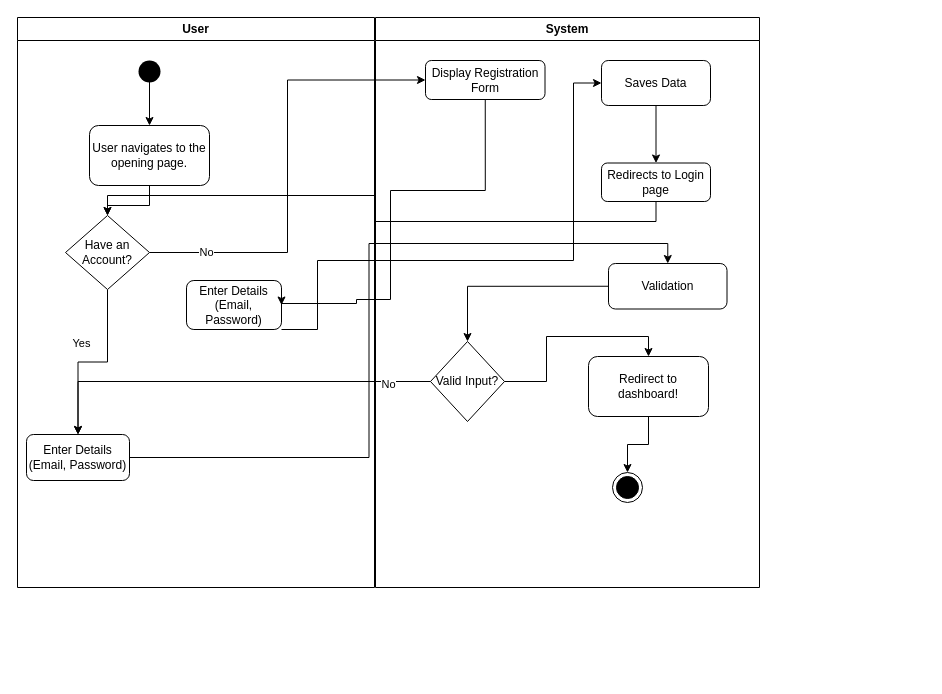
Earlier version of the draw.io diagram page "UC-01" (1 of 3) of Uc1-4.drawio (evinaa21/My-Portofolio). Source tidied: cells renumbered, new cells numbered last; positions are measured from the earlier drawing's top-left corner, leaving out a move shared by most shapes. Both pictures are drawn from the tidied source at 100%, with x=0, y=0 at pixel (17, 17).
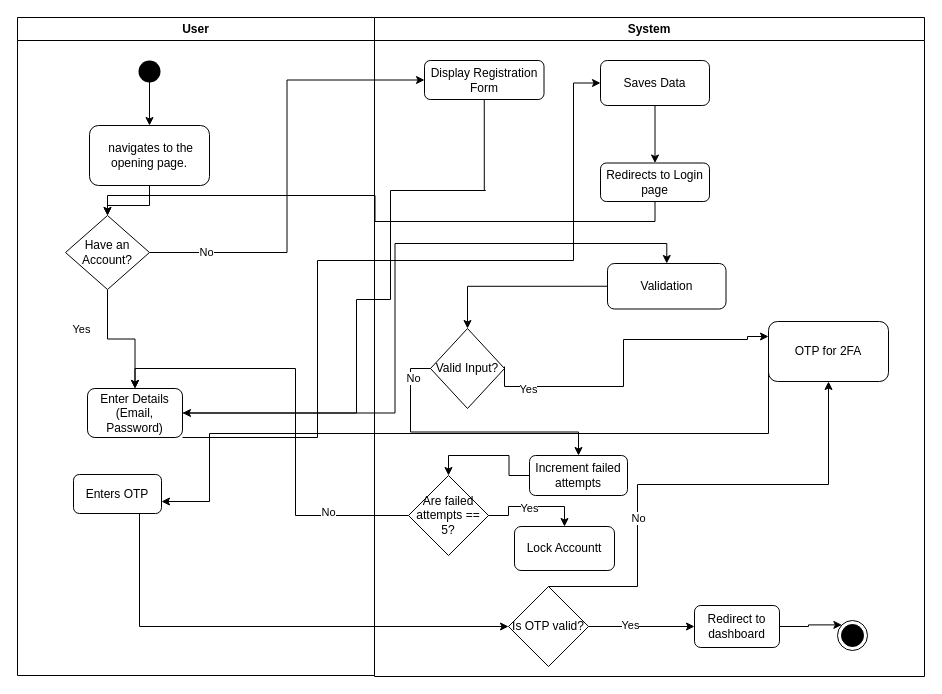
The same page after the edit.

Unchanged cells that the change refers to:
```xml
<mxCell id="9" value="Have an Account?" style="rhombus;whiteSpace=wrap;html=1;" parent="2" vertex="1">
  <mxGeometry x="48" y="198" width="84" height="74" as="geometry" />
</mxCell>
<mxCell id="17" value="Validation" style="rounded=1;whiteSpace=wrap;html=1;" parent="12" vertex="1">
  <mxGeometry x="233" y="246" width="118.5" height="45.5" as="geometry" />
</mxCell>
```

The edit, as a diff of the source:
```diff
@@
     <mxCell id="2" value="User" style="swimlane;whiteSpace=wrap;" parent="1" vertex="1">
-      <mxGeometry width="357" height="570" as="geometry" />
+      <mxGeometry width="357" height="658" as="geometry" />
     </mxCell>
@@
-    <mxCell id="5" value="User navigates to the opening page." style="rounded=1;whiteSpace=wrap;html=1;" parent="2" vertex="1">
+    <mxCell id="5" value="&amp;nbsp;navigates to the opening page." style="rounded=1;whiteSpace=wrap;html=1;" parent="2" vertex="1">
       <mxGeometry x="72" y="108" width="120" height="60" as="geometry" />
     </mxCell>
@@
-    <mxCell id="7" style="edgeStyle=orthogonalEdgeStyle;rounded=0;jettySize=auto;html=1;exitX=0.5;exitY=1;exitDx=0;exitDy=0;entryX=0.5;entryY=0;entryDx=0;entryDy=0;" parent="2" edge="1" source="9" target="11">
+    <mxCell id="7" style="edgeStyle=orthogonalEdgeStyle;rounded=0;jettySize=auto;html=1;exitX=0.5;exitY=1;exitDx=0;exitDy=0;entryX=0.5;entryY=0;entryDx=0;entryDy=0;" parent="2" edge="1" source="9" target="10">
       <mxGeometry relative="1" as="geometry" />
     </mxCell>
@@
     <mxCell id="10" value="Enter Details (Email, Password)" style="rounded=1;whiteSpace=wrap;html=1;" parent="2" vertex="1">
-      <mxGeometry x="169" y="263" width="95" height="49" as="geometry" />
+      <mxGeometry x="70" y="371" width="95" height="49" as="geometry" />
     </mxCell>
-    <mxCell id="11" value="Enter Details (Email, Password)" style="rounded=1;whiteSpace=wrap;html=1;" parent="2" vertex="1">
-      <mxGeometry x="9" y="417" width="103" height="46" as="geometry" />
-    </mxCell>
+    <mxCell id="32" value="Enters OTP" style="rounded=1;whiteSpace=wrap;html=1;" parent="2" vertex="1">
+      <mxGeometry x="56" y="457" width="88" height="39" as="geometry" />
+    </mxCell>
     <mxCell id="12" value="System" style="swimlane;whiteSpace=wrap;" parent="1" vertex="1">
-      <mxGeometry x="358" width="384" height="570" as="geometry" />
+      <mxGeometry x="357" width="550" height="659" as="geometry" />
     </mxCell>
@@
     <mxCell id="18" value="Valid Input?" style="rhombus;whiteSpace=wrap;html=1;" parent="12" vertex="1">
-      <mxGeometry x="55" y="324" width="74" height="80" as="geometry" />
+      <mxGeometry x="56" y="311" width="74" height="80" as="geometry" />
     </mxCell>
@@
-    <mxCell id="20" style="edgeStyle=orthogonalEdgeStyle;rounded=0;jettySize=auto;html=1;entryX=0.5;entryY=0;entryDx=0;entryDy=0;" parent="12" edge="1" source="21" target="23">
-      <mxGeometry relative="1" as="geometry" />
-    </mxCell>
-    <mxCell id="21" value="Redirect to dashboard!" style="rounded=1;whiteSpace=wrap;html=1;" parent="12" vertex="1">
-      <mxGeometry x="213" y="339" width="120" height="60" as="geometry" />
+    <mxCell id="21" value="OTP for 2FA" style="rounded=1;whiteSpace=wrap;html=1;" parent="12" vertex="1">
+      <mxGeometry x="394" y="304" width="120" height="60" as="geometry" />
     </mxCell>
-    <mxCell id="22" style="edgeStyle=orthogonalEdgeStyle;rounded=0;jettySize=auto;html=1;exitX=1;exitY=0.5;exitDx=0;exitDy=0;entryX=0.5;entryY=0;entryDx=0;entryDy=0;" parent="12" edge="1" source="18" target="21">
-      <mxGeometry relative="1" as="geometry" />
+    <mxCell id="22" style="edgeStyle=orthogonalEdgeStyle;rounded=0;jettySize=auto;html=1;exitX=1;exitY=0.475;exitDx=0;exitDy=0;entryX=0;entryY=0.25;entryDx=0;entryDy=0;exitPerimeter=0;" parent="12" edge="1" source="18" target="21">
+      <mxGeometry relative="1" as="geometry">
+        <Array as="points">
+          <mxPoint x="130" y="369" />
+          <mxPoint x="249" y="369" />
+          <mxPoint x="249" y="322" />
+          <mxPoint x="373" y="322" />
+          <mxPoint x="373" y="319" />
+        </Array>
+      </mxGeometry>
     </mxCell>
+    <mxCell id="33" value="Yes" style="edgeLabel;html=1;align=center;verticalAlign=middle;" parent="22" vertex="1">
+      <mxGeometry x="-0.74" y="-2" relative="1" as="geometry" />
+    </mxCell>
     <mxCell id="23" style="ellipse;html=1;shape=endState;fillColor=strokeColor;" parent="12" vertex="1">
-      <mxGeometry x="237" y="455" width="30" height="30" as="geometry" />
+      <mxGeometry x="463" y="603" width="30" height="30" as="geometry" />
     </mxCell>
+    <mxCell id="34" value="Increment failed attempts" style="rounded=1;whiteSpace=wrap;html=1;" parent="12" vertex="1">
+      <mxGeometry x="155" y="438" width="98" height="40" as="geometry" />
+    </mxCell>
+    <mxCell id="30" style="edgeStyle=orthogonalEdgeStyle;rounded=0;jettySize=auto;html=1;exitX=0;exitY=0.5;exitDx=0;exitDy=0;" parent="12" edge="1" source="18" target="34">
+      <mxGeometry relative="1" as="geometry" />
+    </mxCell>
+    <mxCell id="31" value="No" style="edgeLabel;html=1;align=center;verticalAlign=middle;" parent="30" vertex="1">
+      <mxGeometry x="-0.79" y="2" relative="1" as="geometry" />
+    </mxCell>
+    <mxCell id="35" style="edgeStyle=orthogonalEdgeStyle;rounded=0;jettySize=auto;html=1;exitX=1;exitY=0.5;exitDx=0;exitDy=0;entryX=0.5;entryY=0;entryDx=0;entryDy=0;" parent="12" edge="1" source="37" target="39">
+      <mxGeometry relative="1" as="geometry" />
+    </mxCell>
+    <mxCell id="36" value="Yes" style="edgeLabel;html=1;align=center;verticalAlign=middle;" parent="35" vertex="1">
+      <mxGeometry x="-0.06" y="-1" relative="1" as="geometry" />
+    </mxCell>
+    <mxCell id="37" value="Are failed attempts == 5?" style="rhombus;whiteSpace=wrap;html=1;" parent="12" vertex="1">
+      <mxGeometry x="34" y="458" width="80" height="80" as="geometry" />
+    </mxCell>
+    <mxCell id="38" style="edgeStyle=orthogonalEdgeStyle;rounded=0;jettySize=auto;html=1;exitX=0;exitY=0.5;exitDx=0;exitDy=0;entryX=0.5;entryY=0;entryDx=0;entryDy=0;" parent="12" edge="1" source="34" target="37">
+      <mxGeometry relative="1" as="geometry" />
+    </mxCell>
+    <mxCell id="39" value="Lock Accountt" style="rounded=1;whiteSpace=wrap;html=1;" parent="12" vertex="1">
+      <mxGeometry x="140" y="509" width="100" height="44" as="geometry" />
+    </mxCell>
+    <mxCell id="40" style="edgeStyle=orthogonalEdgeStyle;rounded=0;jettySize=auto;html=1;exitX=0.5;exitY=0;exitDx=0;exitDy=0;entryX=0.5;entryY=1;entryDx=0;entryDy=0;" parent="12" edge="1" source="42" target="21">
+      <mxGeometry relative="1" as="geometry">
+        <Array as="points">
+          <mxPoint x="263" y="569" />
+          <mxPoint x="263" y="467" />
+          <mxPoint x="454" y="467" />
+        </Array>
+      </mxGeometry>
+    </mxCell>
+    <mxCell id="41" value="No" style="edgeLabel;html=1;align=center;verticalAlign=middle;" parent="40" vertex="1">
+      <mxGeometry x="-0.35" relative="1" as="geometry" />
+    </mxCell>
+    <mxCell id="42" value="Is OTP valid?" style="rhombus;whiteSpace=wrap;html=1;" parent="12" vertex="1">
+      <mxGeometry x="134" y="569" width="80" height="80" as="geometry" />
+    </mxCell>
+    <mxCell id="43" value="Redirect to dashboard" style="rounded=1;whiteSpace=wrap;html=1;" parent="12" vertex="1">
+      <mxGeometry x="320" y="588" width="85" height="42" as="geometry" />
+    </mxCell>
+    <mxCell id="44" style="edgeStyle=orthogonalEdgeStyle;rounded=0;jettySize=auto;html=1;exitX=1;exitY=0.5;exitDx=0;exitDy=0;" parent="12" edge="1" source="42" target="43">
+      <mxGeometry relative="1" as="geometry" />
+    </mxCell>
+    <mxCell id="45" value="Yes" style="edgeLabel;html=1;align=center;verticalAlign=middle;" parent="44" vertex="1">
+      <mxGeometry x="-0.22" y="2" relative="1" as="geometry" />
+    </mxCell>
+    <mxCell id="46" style="edgeStyle=orthogonalEdgeStyle;rounded=0;jettySize=auto;html=1;exitX=1;exitY=0.5;exitDx=0;exitDy=0;entryX=0;entryY=0;entryDx=0;entryDy=0;" parent="12" edge="1" source="43" target="23">
+      <mxGeometry relative="1" as="geometry" />
+    </mxCell>
@@
-    <mxCell id="29" style="edgeStyle=orthogonalEdgeStyle;rounded=0;jettySize=auto;html=1;exitX=1;exitY=0.5;exitDx=0;exitDy=0;entryX=0.5;entryY=0;entryDx=0;entryDy=0;" parent="1" edge="1" source="11" target="17">
+    <mxCell id="29" style="edgeStyle=orthogonalEdgeStyle;rounded=0;jettySize=auto;html=1;exitX=1;exitY=0.5;exitDx=0;exitDy=0;entryX=0.5;entryY=0;entryDx=0;entryDy=0;" parent="1" edge="1" source="10" target="17">
       <mxGeometry relative="1" as="geometry" />
     </mxCell>
-    <mxCell id="30" style="edgeStyle=orthogonalEdgeStyle;rounded=0;jettySize=auto;html=1;exitX=0;exitY=0.5;exitDx=0;exitDy=0;entryX=0.5;entryY=0;entryDx=0;entryDy=0;" parent="1" edge="1" source="18" target="11">
-      <mxGeometry relative="1" as="geometry" />
-    </mxCell>
-    <mxCell id="31" value="No" style="edgeLabel;html=1;align=center;verticalAlign=middle;" parent="30" vertex="1">
-      <mxGeometry x="-0.79" y="2" relative="1" as="geometry" />
-    </mxCell>
+    <mxCell id="47" style="edgeStyle=orthogonalEdgeStyle;rounded=0;jettySize=auto;html=1;exitX=0;exitY=0.5;exitDx=0;exitDy=0;entryX=0.5;entryY=0;entryDx=0;entryDy=0;" parent="1" edge="1" source="37" target="10">
+      <mxGeometry relative="1" as="geometry" />
+    </mxCell>
+    <mxCell id="48" value="No" style="edgeLabel;html=1;align=center;verticalAlign=middle;" parent="47" vertex="1">
+      <mxGeometry x="-0.63" y="-4" relative="1" as="geometry" />
+    </mxCell>
+    <mxCell id="49" style="edgeStyle=orthogonalEdgeStyle;rounded=0;jettySize=auto;html=1;exitX=0;exitY=0.75;exitDx=0;exitDy=0;" parent="1" edge="1" source="21" target="32">
+      <mxGeometry relative="1" as="geometry">
+        <Array as="points">
+          <mxPoint x="751" y="416" />
+          <mxPoint x="192" y="416" />
+          <mxPoint x="192" y="484" />
+        </Array>
+      </mxGeometry>
+    </mxCell>
+    <mxCell id="50" style="edgeStyle=orthogonalEdgeStyle;rounded=0;jettySize=auto;html=1;exitX=0.75;exitY=1;exitDx=0;exitDy=0;entryX=0;entryY=0.5;entryDx=0;entryDy=0;" parent="1" edge="1" source="32" target="42">
+      <mxGeometry relative="1" as="geometry" />
+    </mxCell>
```
